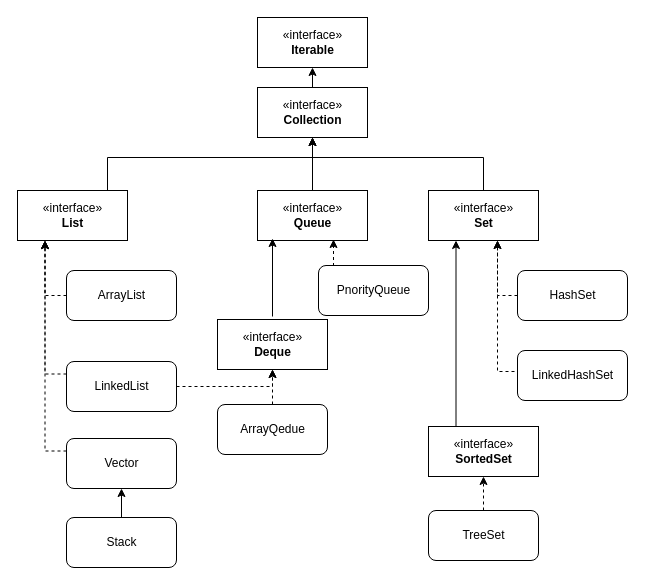
This is Java集合-Collection类图.drawio from newbitwhite/draw-io, a draw.io file, before an edit. Source tidied: cells renumbered, new cells numbered last; positions are measured from the earlier drawing's top-left corner, leaving out a move shared by most shapes. Both pictures are drawn from the tidied source at 100%, with x=0, y=0 at pixel (17, 17).
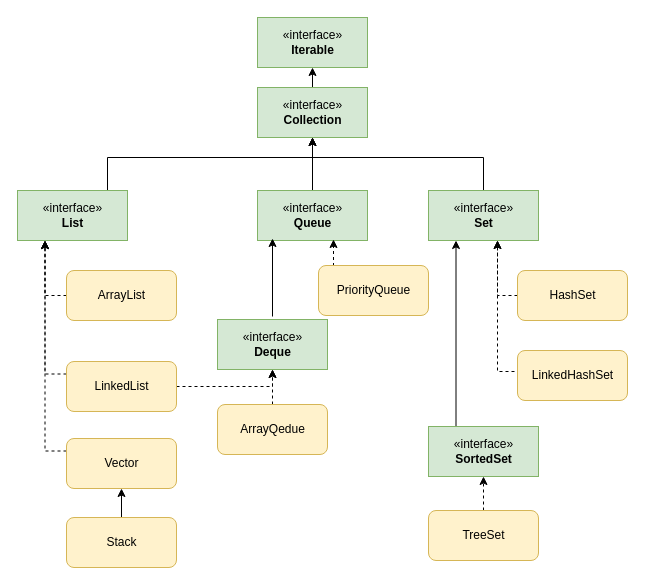
The same diagram, later.

Commit message:
更新Java集合-Collection类图.drawio

What changed in the source:
```diff
@@
-    <mxCell id="2" value="«interface»&lt;br&gt;&lt;b&gt;Iterable&lt;/b&gt;" style="html=1;" parent="1" vertex="1">
+    <mxCell id="2" value="«interface»&lt;br&gt;&lt;b&gt;Iterable&lt;/b&gt;" style="html=1;fillColor=#d5e8d4;strokeColor=#82b366;" parent="1" vertex="1">
       <mxGeometry x="240" width="110" height="50" as="geometry" />
     </mxCell>
@@
-    <mxCell id="4" value="«interface»&lt;br&gt;&lt;b&gt;Collection&lt;/b&gt;" style="html=1;" parent="1" vertex="1">
+    <mxCell id="4" value="«interface»&lt;br&gt;&lt;b&gt;Collection&lt;/b&gt;" style="html=1;fillColor=#d5e8d4;strokeColor=#82b366;" parent="1" vertex="1">
       <mxGeometry x="240" y="70" width="110" height="50" as="geometry" />
     </mxCell>
@@
-    <mxCell id="6" value="«interface»&lt;br&gt;&lt;b&gt;List&lt;/b&gt;" style="html=1;" parent="1" vertex="1">
+    <mxCell id="6" value="«interface»&lt;br&gt;&lt;b&gt;List&lt;/b&gt;" style="html=1;fillColor=#d5e8d4;strokeColor=#82b366;" parent="1" vertex="1">
       <mxGeometry y="173" width="110" height="50" as="geometry" />
     </mxCell>
@@
-    <mxCell id="8" value="«interface»&lt;br&gt;&lt;b&gt;Queue&lt;/b&gt;" style="html=1;" parent="1" vertex="1">
+    <mxCell id="8" value="«interface»&lt;br&gt;&lt;b&gt;Queue&lt;/b&gt;" style="html=1;fillColor=#d5e8d4;strokeColor=#82b366;" parent="1" vertex="1">
       <mxGeometry x="240" y="173" width="110" height="50" as="geometry" />
     </mxCell>
@@
-    <mxCell id="10" value="«interface»&lt;br&gt;&lt;b&gt;Set&lt;/b&gt;" style="html=1;" parent="1" vertex="1">
+    <mxCell id="10" value="«interface»&lt;br&gt;&lt;b&gt;Set&lt;/b&gt;" style="html=1;fillColor=#d5e8d4;strokeColor=#82b366;" parent="1" vertex="1">
       <mxGeometry x="411" y="173" width="110" height="50" as="geometry" />
     </mxCell>
@@
-    <mxCell id="12" value="«interface»&lt;br&gt;&lt;b&gt;Deque&lt;/b&gt;" style="html=1;" parent="1" vertex="1">
+    <mxCell id="12" value="«interface»&lt;br&gt;&lt;b&gt;Deque&lt;/b&gt;" style="html=1;fillColor=#d5e8d4;strokeColor=#82b366;" parent="1" vertex="1">
       <mxGeometry x="200" y="302" width="110" height="50" as="geometry" />
     </mxCell>
@@
-    <mxCell id="14" value="PnorityQueue" style="html=1;rounded=1;" parent="1" vertex="1">
+    <mxCell id="14" value="PriorityQueue" style="html=1;rounded=1;fillColor=#fff2cc;strokeColor=#d6b656;" parent="1" vertex="1">
       <mxGeometry x="301" y="248" width="110" height="50" as="geometry" />
     </mxCell>
@@
-    <mxCell id="16" value="«interface»&lt;br&gt;&lt;b&gt;SortedSet&lt;/b&gt;" style="html=1;" parent="1" vertex="1">
+    <mxCell id="16" value="«interface»&lt;br&gt;&lt;b&gt;SortedSet&lt;/b&gt;" style="html=1;fillColor=#d5e8d4;strokeColor=#82b366;" parent="1" vertex="1">
       <mxGeometry x="411" y="409" width="110" height="50" as="geometry" />
     </mxCell>
@@
-    <mxCell id="18" value="HashSet" style="html=1;rounded=1;" parent="1" vertex="1">
+    <mxCell id="18" value="HashSet" style="html=1;rounded=1;fillColor=#fff2cc;strokeColor=#d6b656;" parent="1" vertex="1">
       <mxGeometry x="500" y="253" width="110" height="50" as="geometry" />
     </mxCell>
@@
-    <mxCell id="20" value="LinkedHashSet" style="html=1;rounded=1;" parent="1" vertex="1">
+    <mxCell id="20" value="LinkedHashSet" style="html=1;rounded=1;fillColor=#fff2cc;strokeColor=#d6b656;" parent="1" vertex="1">
       <mxGeometry x="500" y="333" width="110" height="50" as="geometry" />
     </mxCell>
@@
-    <mxCell id="22" value="TreeSet" style="html=1;rounded=1;" parent="1" vertex="1">
+    <mxCell id="22" value="TreeSet" style="html=1;rounded=1;fillColor=#fff2cc;strokeColor=#d6b656;" parent="1" vertex="1">
       <mxGeometry x="411" y="493" width="110" height="50" as="geometry" />
     </mxCell>
@@
-    <mxCell id="24" value="ArrayList" style="html=1;rounded=1;" parent="1" vertex="1">
+    <mxCell id="24" value="ArrayList" style="html=1;rounded=1;fillColor=#fff2cc;strokeColor=#d6b656;" parent="1" vertex="1">
       <mxGeometry x="49" y="253" width="110" height="50" as="geometry" />
     </mxCell>
@@
-    <mxCell id="27" value="LinkedList" style="html=1;rounded=1;" parent="1" vertex="1">
+    <mxCell id="27" value="LinkedList" style="html=1;rounded=1;fillColor=#fff2cc;strokeColor=#d6b656;" parent="1" vertex="1">
       <mxGeometry x="49" y="344" width="110" height="50" as="geometry" />
     </mxCell>
@@
-    <mxCell id="29" value="Vector" style="html=1;rounded=1;" parent="1" vertex="1">
+    <mxCell id="29" value="Vector" style="html=1;rounded=1;fillColor=#fff2cc;strokeColor=#d6b656;" parent="1" vertex="1">
       <mxGeometry x="49" y="421" width="110" height="50" as="geometry" />
     </mxCell>
@@
-    <mxCell id="31" value="Stack" style="html=1;rounded=1;" parent="1" vertex="1">
+    <mxCell id="31" value="Stack" style="html=1;rounded=1;fillColor=#fff2cc;strokeColor=#d6b656;" parent="1" vertex="1">
       <mxGeometry x="49" y="500" width="110" height="50" as="geometry" />
     </mxCell>
@@
-    <mxCell id="33" value="ArrayQedue" style="html=1;rounded=1;" parent="1" vertex="1">
+    <mxCell id="33" value="ArrayQedue" style="html=1;rounded=1;fillColor=#fff2cc;strokeColor=#d6b656;" parent="1" vertex="1">
       <mxGeometry x="200" y="387" width="110" height="50" as="geometry" />
     </mxCell>
```
